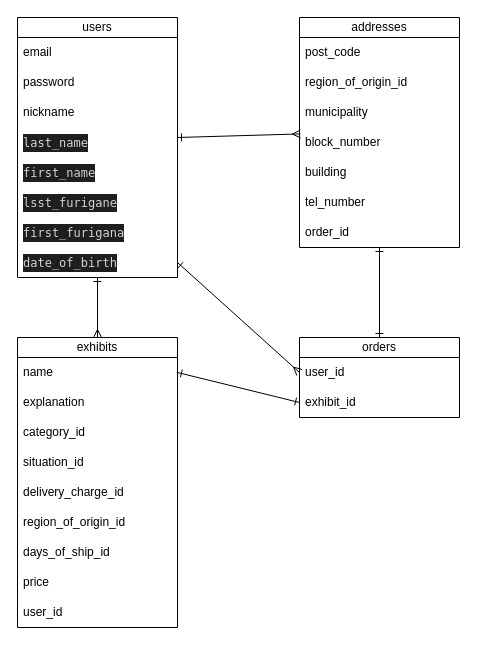
Earlier version of the draw.io diagram furima.dio (testmpc/furima-38889). Source tidied: cells renumbered, new cells numbered last; positions are measured from the earlier drawing's top-left corner, leaving out a move shared by most shapes. Both pictures are drawn from the tidied source at 100%, with x=0, y=0 at pixel (17, 17).
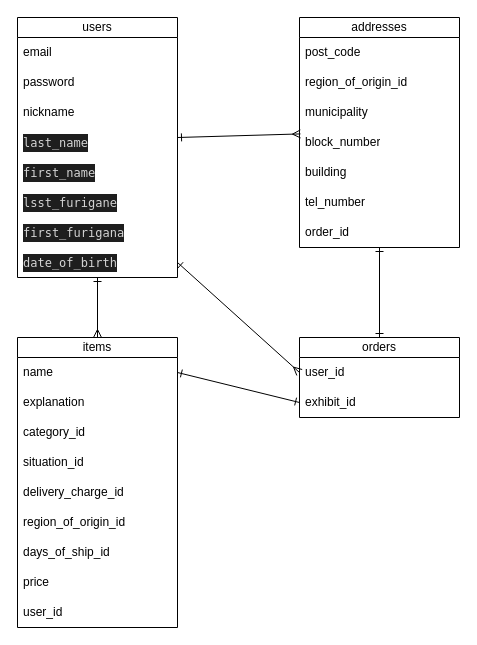
Above is the later version.

What changed in the source:
```diff
@@
-    <mxCell id="2" value="exhibits" style="swimlane;fontStyle=0;horizontal=1;startSize=20;whiteSpace=wrap;html=1;" parent="1" vertex="1">
+    <mxCell id="2" value="items" style="swimlane;fontStyle=0;horizontal=1;startSize=20;whiteSpace=wrap;html=1;" parent="1" vertex="1">
       <mxGeometry y="320" width="160" height="290" as="geometry" />
     </mxCell>
```
